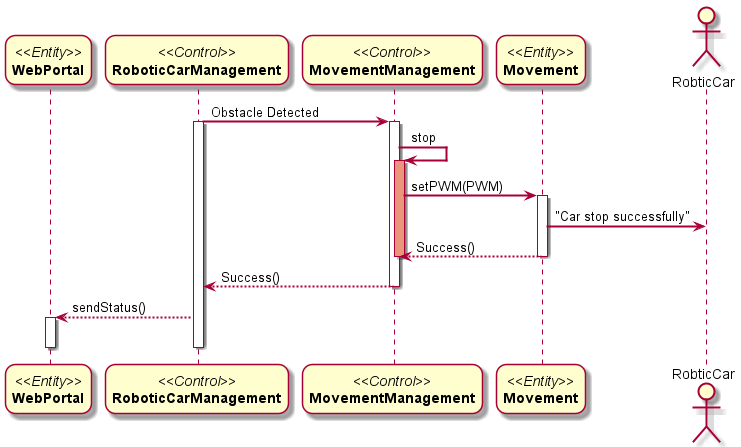
DanielFYJ/2101-2201-Project keeps this PlantUML diagram as Docs/Sequence Diagrams/Project Sequence-Diagram-UC6.png. Above is the earlier version.
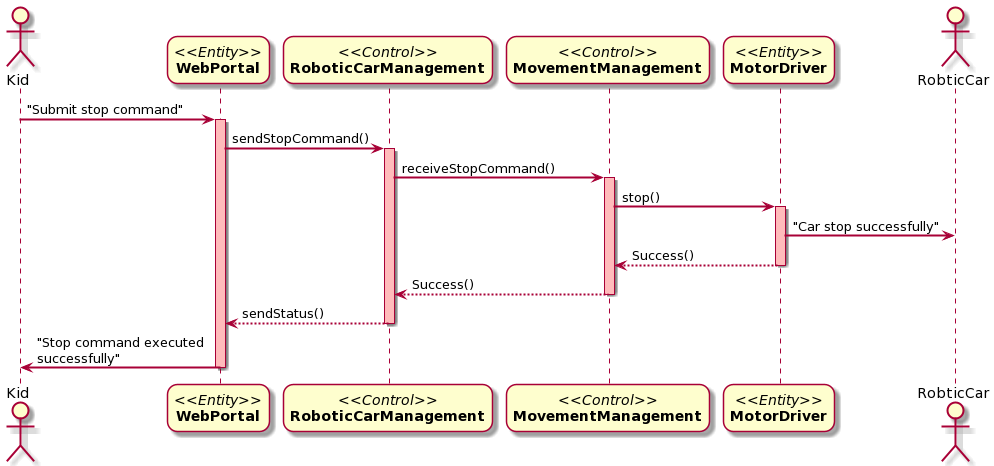
After the change.

Commit message:
Update Sequence Diagram For UC4-6

What changed in the source:
```diff
@@ -2,27 +2,28 @@
 skinparam sequenceArrowThickness 2
 skinparam roundcorner 20
 skinparam maxmessagesize 200
+actor "Kid" as kid
 participant "//<<Entity>>//\n**WebPortal**" as WebPortal
 participant "//<<Control>>//\n**RoboticCarManagement**" as RoboticCarManagement
 participant "//<<Control>>//\n**MovementManagement**" as B
-participant "//<<Entity>>//\n**Movement**" as C
+participant "//<<Entity>>//\n**MotorDriver**" as C
 actor "RobticCar" as RC
-RoboticCarManagement -> B : Obstacle Detected
-activate RoboticCarManagement
-activate B
-B -> B : stop
-activate B #DarkSalmon
-B-> C : setPWM(PWM)
-activate C
+kid -> WebPortal : "Submit stop command"
+activate WebPortal #FFBBBB
+WebPortal -> RoboticCarManagement : sendStopCommand()
+activate RoboticCarManagement #FFBBBB
+RoboticCarManagement -> B : receiveStopCommand()
+
+activate B #FFBBBB
+B-> C : stop()
+activate C #FFBBBB
 C -> RC : "Car stop successfully"
 C --> B : Success()
 deactivate C
-deactivate B
 B --> RoboticCarManagement: Success()
 deactivate B
-
 RoboticCarManagement --> WebPortal: sendStatus()
-activate WebPortal
+deactivate RoboticCarManagement
+WebPortal -> kid : "Stop command executed successfully"
 deactivate WebPortal
-deactivate RoboticCarManagement
 @enduml
```
